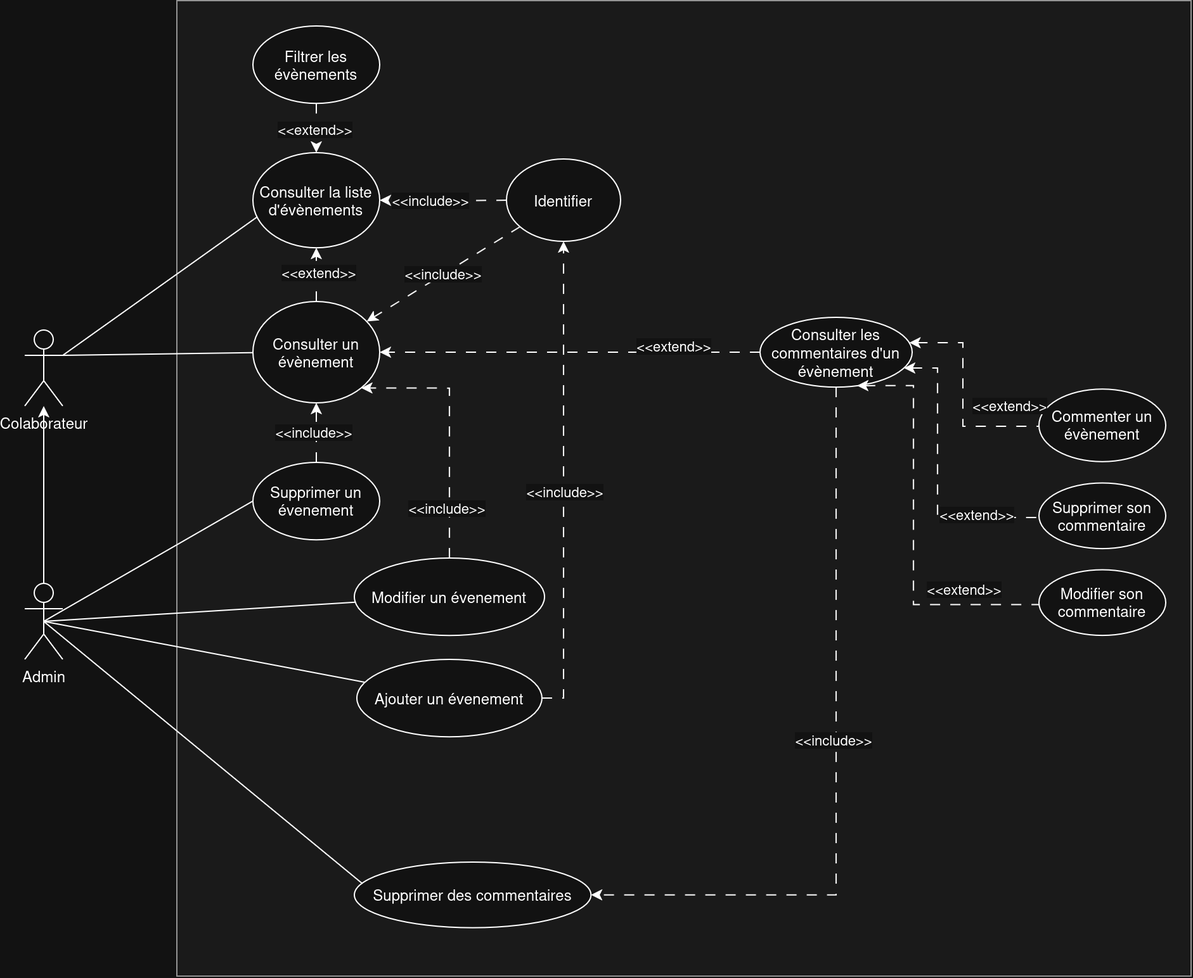
Above: docs/use-case.png in SauroMatheo/cda-p5-corpo-event-good-giants (draw.io), before the change. Source tidied: cells renumbered, new cells last; positions are measured from the earlier drawing's top-left corner, leaving out a move shared by most shapes. The source it was exported from:
```xml
<mxGraphModel>
  <root>
    <mxCell id="0" />
    <mxCell id="1" parent="0" />
    <mxCell id="2" style="group;fillColor=#f5f5f5;fontColor=#333333;strokeColor=#666666;" parent="1" vertex="1">
      <mxGeometry x="120" width="800" height="770" as="geometry" />
    </mxCell>
    <mxCell id="3" value="Colaborateur" style="shape=umlActor;verticalLabelPosition=bottom;verticalAlign=top;html=1;outlineConnect=0;" parent="1" vertex="1">
      <mxGeometry y="260" width="30" height="60" as="geometry" />
    </mxCell>
    <mxCell id="4" value="Admin" style="shape=umlActor;verticalLabelPosition=bottom;verticalAlign=top;html=1;outlineConnect=0;" parent="1" vertex="1">
      <mxGeometry y="460" width="30" height="60" as="geometry" />
    </mxCell>
    <mxCell id="5" style="endArrow=none;html=1;rounded=0;exitX=1;exitY=0.3333333333333333;exitDx=0;exitDy=0;exitPerimeter=0;startFill=0;entryX=0.044;entryY=0.666;entryDx=0;entryDy=0;entryPerimeter=0;" parent="1" edge="1" source="3" target="8">
      <mxGeometry relative="1" as="geometry" />
    </mxCell>
    <mxCell id="6" value="&lt;div&gt;&amp;lt;&amp;lt;include&amp;gt;&amp;gt;&lt;/div&gt;" style="edgeStyle=none;rounded=0;jettySize=auto;html=1;dashed=1;dashPattern=8 8;entryX=1;entryY=0.5;entryDx=0;entryDy=0;exitX=0;exitY=0.5;exitDx=0;exitDy=0;" parent="1" edge="1" source="7" target="8">
      <mxGeometry x="0.2" relative="1" as="geometry">
        <Array as="points">
          <mxPoint x="330" y="158" />
        </Array>
      </mxGeometry>
    </mxCell>
    <mxCell id="7" value="Identifier" style="ellipse;whiteSpace=wrap;html=1;" parent="1" vertex="1">
      <mxGeometry x="380" y="125" width="90" height="65" as="geometry" />
    </mxCell>
    <mxCell id="8" value="Consulter la liste d'évènements" style="ellipse;whiteSpace=wrap;html=1;" parent="1" vertex="1">
      <mxGeometry x="180" y="120" width="100" height="75.1" as="geometry" />
    </mxCell>
    <mxCell id="9" value="Commenter un évènement" style="ellipse;whiteSpace=wrap;html=1;" parent="1" vertex="1">
      <mxGeometry x="800" y="306.7" width="100" height="57.3" as="geometry" />
    </mxCell>
    <mxCell id="10" value="Ajouter un évenement" style="ellipse;whiteSpace=wrap;html=1;" parent="1" vertex="1">
      <mxGeometry x="262" y="520" width="145.9" height="61.1" as="geometry" />
    </mxCell>
    <mxCell id="11" value="Filtrer les évènements" style="ellipse;whiteSpace=wrap;html=1;" parent="1" vertex="1">
      <mxGeometry x="180" y="20" width="100" height="61.1" as="geometry" />
    </mxCell>
    <mxCell id="12" style="edgeStyle=none;jettySize=auto;html=1;rounded=0;dashed=1;dashPattern=8 8;" parent="1" edge="1" source="11" target="8">
      <mxGeometry relative="1" as="geometry" />
    </mxCell>
    <mxCell id="13" value="&lt;div&gt;&amp;lt;&amp;lt;extend&amp;gt;&amp;gt;&lt;/div&gt;" style="edgeLabel;html=1;align=center;verticalAlign=middle;" parent="12" vertex="1">
      <mxGeometry x="0.04" y="-2" relative="1" as="geometry" />
    </mxCell>
    <mxCell id="14" value="&lt;div&gt;Supprimer un évenement&lt;/div&gt;" style="ellipse;whiteSpace=wrap;html=1;" parent="1" vertex="1">
      <mxGeometry x="180" y="364.4" width="100" height="61.1" as="geometry" />
    </mxCell>
    <mxCell id="15" value="&lt;div&gt;Modifier un évenement&lt;/div&gt;" style="ellipse;whiteSpace=wrap;html=1;" parent="1" vertex="1">
      <mxGeometry x="260" y="440" width="150" height="61.1" as="geometry" />
    </mxCell>
    <mxCell id="16" value="Modifier son commentaire" style="ellipse;whiteSpace=wrap;html=1;" parent="1" vertex="1">
      <mxGeometry x="800" y="449.3" width="100" height="51.8" as="geometry" />
    </mxCell>
    <mxCell id="17" value="Consulter les commentaires d'un évènement" style="ellipse;whiteSpace=wrap;html=1;" parent="1" vertex="1">
      <mxGeometry x="580" y="250" width="120" height="55.1" as="geometry" />
    </mxCell>
    <mxCell id="18" value="Consulter un évènement" style="ellipse;whiteSpace=wrap;html=1;" parent="1" vertex="1">
      <mxGeometry x="180" y="237.5" width="100" height="80" as="geometry" />
    </mxCell>
    <mxCell id="19" value="Supprimer son commentaire" style="ellipse;whiteSpace=wrap;html=1;" parent="1" vertex="1">
      <mxGeometry x="800" y="380.8" width="100" height="51.8" as="geometry" />
    </mxCell>
    <mxCell id="20" style="endArrow=none;html=1;rounded=0;dashed=1;dashPattern=8 8;startFill=1;startArrow=classic;edgeStyle=orthogonalEdgeStyle;" parent="1" edge="1" source="17" target="9">
      <mxGeometry relative="1" as="geometry">
        <Array as="points">
          <mxPoint x="740" y="270" />
          <mxPoint x="740" y="336" />
        </Array>
      </mxGeometry>
    </mxCell>
    <mxCell id="21" value="&lt;div&gt;&amp;lt;&amp;lt;extend&amp;gt;&amp;gt;&lt;/div&gt;" style="edgeLabel;html=1;align=center;verticalAlign=middle;" parent="20" vertex="1">
      <mxGeometry x="0.06" y="3" relative="1" as="geometry">
        <mxPoint x="33" y="3" as="offset" />
      </mxGeometry>
    </mxCell>
    <mxCell id="22" style="endArrow=none;html=1;rounded=0;dashed=1;dashPattern=8 8;exitX=0.638;exitY=0.98;exitDx=0;exitDy=0;exitPerimeter=0;startArrow=classic;startFill=1;edgeStyle=orthogonalEdgeStyle;" parent="1" edge="1" source="17" target="16">
      <mxGeometry relative="1" as="geometry">
        <Array as="points">
          <mxPoint x="701" y="476.7" />
        </Array>
      </mxGeometry>
    </mxCell>
    <mxCell id="23" value="&amp;lt;&amp;lt;extend&amp;gt;&amp;gt;" style="edgeLabel;html=1;align=center;verticalAlign=middle;" parent="22" vertex="1">
      <mxGeometry x="0.06" y="3" relative="1" as="geometry">
        <mxPoint x="36" y="38" as="offset" />
      </mxGeometry>
    </mxCell>
    <mxCell id="24" style="endArrow=none;html=1;rounded=0;dashed=1;dashPattern=8 8;startArrow=classic;startFill=1;edgeStyle=orthogonalEdgeStyle;" parent="1" edge="1" source="17" target="19">
      <mxGeometry relative="1" as="geometry">
        <Array as="points">
          <mxPoint x="720" y="290" />
          <mxPoint x="720" y="408" />
        </Array>
      </mxGeometry>
    </mxCell>
    <mxCell id="25" value="&lt;div&gt;&amp;lt;&amp;lt;extend&amp;gt;&amp;gt;&lt;/div&gt;" style="edgeLabel;html=1;align=center;verticalAlign=middle;" parent="24" vertex="1">
      <mxGeometry x="0.06" y="3" relative="1" as="geometry">
        <mxPoint x="27" y="23" as="offset" />
      </mxGeometry>
    </mxCell>
    <mxCell id="26" style="endArrow=classic;html=1;rounded=0;dashed=1;dashPattern=8 8;edgeStyle=orthogonalEdgeStyle;entryX=1;entryY=1;entryDx=0;entryDy=0;" parent="1" edge="1" source="15" target="18">
      <mxGeometry relative="1" as="geometry">
        <Array as="points">
          <mxPoint x="335" y="306" />
        </Array>
      </mxGeometry>
    </mxCell>
    <mxCell id="27" value="&amp;lt;&amp;lt;include&amp;gt;&amp;gt;" style="edgeLabel;html=1;align=center;verticalAlign=middle;" parent="26" vertex="1">
      <mxGeometry x="0.06" y="3" relative="1" as="geometry">
        <mxPoint y="69" as="offset" />
      </mxGeometry>
    </mxCell>
    <mxCell id="28" style="endArrow=classic;html=1;rounded=0;dashed=1;dashPattern=8 8;" parent="1" edge="1" source="14" target="18">
      <mxGeometry relative="1" as="geometry" />
    </mxCell>
    <mxCell id="29" value="&amp;lt;&amp;lt;include&amp;gt;&amp;gt;" style="edgeLabel;html=1;align=center;verticalAlign=middle;" parent="28" vertex="1">
      <mxGeometry x="0.06" y="3" relative="1" as="geometry" />
    </mxCell>
    <mxCell id="30" style="endArrow=classic;html=1;rounded=0;exitX=0;exitY=0.5;exitDx=0;exitDy=0;dashed=1;dashPattern=8 8;" parent="1" edge="1" source="17" target="18">
      <mxGeometry relative="1" as="geometry" />
    </mxCell>
    <mxCell id="31" value="&amp;lt;&amp;lt;extend&amp;gt;&amp;gt;" style="edgeLabel;html=1;align=center;verticalAlign=middle;" parent="30" vertex="1">
      <mxGeometry x="0.06" y="3" relative="1" as="geometry">
        <mxPoint x="90" y="-8" as="offset" />
      </mxGeometry>
    </mxCell>
    <mxCell id="32" style="endArrow=classic;html=1;rounded=0;exitX=0.5;exitY=0;exitDx=0;exitDy=0;exitPerimeter=0;" parent="1" edge="1" source="4" target="3">
      <mxGeometry relative="1" as="geometry" />
    </mxCell>
    <mxCell id="33" style="endArrow=none;html=1;rounded=0;exitX=0.5;exitY=0.5;exitDx=0;exitDy=0;exitPerimeter=0;" parent="1" edge="1" source="4" target="15">
      <mxGeometry relative="1" as="geometry" />
    </mxCell>
    <mxCell id="34" style="endArrow=none;html=1;rounded=0;exitX=0.5;exitY=0.5;exitDx=0;exitDy=0;exitPerimeter=0;entryX=0;entryY=0.5;entryDx=0;entryDy=0;" parent="1" edge="1" source="4" target="14">
      <mxGeometry relative="1" as="geometry" />
    </mxCell>
    <mxCell id="35" style="endArrow=none;html=1;rounded=0;exitX=0.5;exitY=0.5;exitDx=0;exitDy=0;exitPerimeter=0;" parent="1" edge="1" source="4" target="10">
      <mxGeometry relative="1" as="geometry" />
    </mxCell>
    <mxCell id="36" style="endArrow=classic;html=1;rounded=0;exitX=1;exitY=0.5;exitDx=0;exitDy=0;dashed=1;dashPattern=8 8;edgeStyle=orthogonalEdgeStyle;" parent="1" edge="1" source="10" target="7">
      <mxGeometry relative="1" as="geometry" />
    </mxCell>
    <mxCell id="37" value="&amp;lt;&amp;lt;include&amp;gt;&amp;gt;" style="edgeLabel;html=1;align=center;verticalAlign=middle;" parent="36" vertex="1">
      <mxGeometry x="-0.05" relative="1" as="geometry" />
    </mxCell>
    <mxCell id="38" style="endArrow=classic;html=1;rounded=0;dashed=1;dashPattern=8 8;" parent="1" edge="1" source="18" target="8">
      <mxGeometry relative="1" as="geometry" />
    </mxCell>
    <mxCell id="39" value="&amp;lt;&amp;lt;extend&amp;gt;&amp;gt;" style="edgeLabel;html=1;align=center;verticalAlign=middle;" parent="38" vertex="1">
      <mxGeometry x="0.06" y="-1" relative="1" as="geometry" />
    </mxCell>
    <mxCell id="40" value="Supprimer des commentaires" style="ellipse;whiteSpace=wrap;html=1;" parent="1" vertex="1">
      <mxGeometry x="260" y="680" width="186.7" height="51.8" as="geometry" />
    </mxCell>
    <mxCell id="41" style="endArrow=none;html=1;rounded=0;exitX=0.5;exitY=0.5;exitDx=0;exitDy=0;exitPerimeter=0;entryX=0.034;entryY=0.328;entryDx=0;entryDy=0;entryPerimeter=0;" parent="1" edge="1" source="4" target="40">
      <mxGeometry relative="1" as="geometry" />
    </mxCell>
    <mxCell id="42" style="endArrow=classic;html=1;rounded=0;dashed=1;dashPattern=8 8;entryX=1;entryY=0.5;entryDx=0;entryDy=0;edgeStyle=orthogonalEdgeStyle;" parent="1" edge="1" source="17" target="40">
      <mxGeometry relative="1" as="geometry">
        <Array as="points">
          <mxPoint x="640" y="706" />
        </Array>
      </mxGeometry>
    </mxCell>
    <mxCell id="43" value="&amp;lt;&amp;lt;include&amp;gt;&amp;gt;" style="edgeLabel;html=1;align=center;verticalAlign=middle;" parent="42" vertex="1">
      <mxGeometry x="-0.06" y="-2" relative="1" as="geometry">
        <mxPoint x="-1" as="offset" />
      </mxGeometry>
    </mxCell>
    <mxCell id="44" value="&lt;div&gt;&amp;lt;&amp;lt;include&amp;gt;&amp;gt;&lt;/div&gt;" style="edgeStyle=none;rounded=0;jettySize=auto;html=1;dashed=1;dashPattern=8 8;" parent="1" edge="1" source="7" target="18">
      <mxGeometry relative="1" as="geometry" />
    </mxCell>
    <mxCell id="45" style="endArrow=none;html=1;rounded=0;exitX=1;exitY=0.3333333333333333;exitDx=0;exitDy=0;exitPerimeter=0;" parent="1" edge="1" source="3" target="18">
      <mxGeometry relative="1" as="geometry" />
    </mxCell>
  </root>
</mxGraphModel>
```
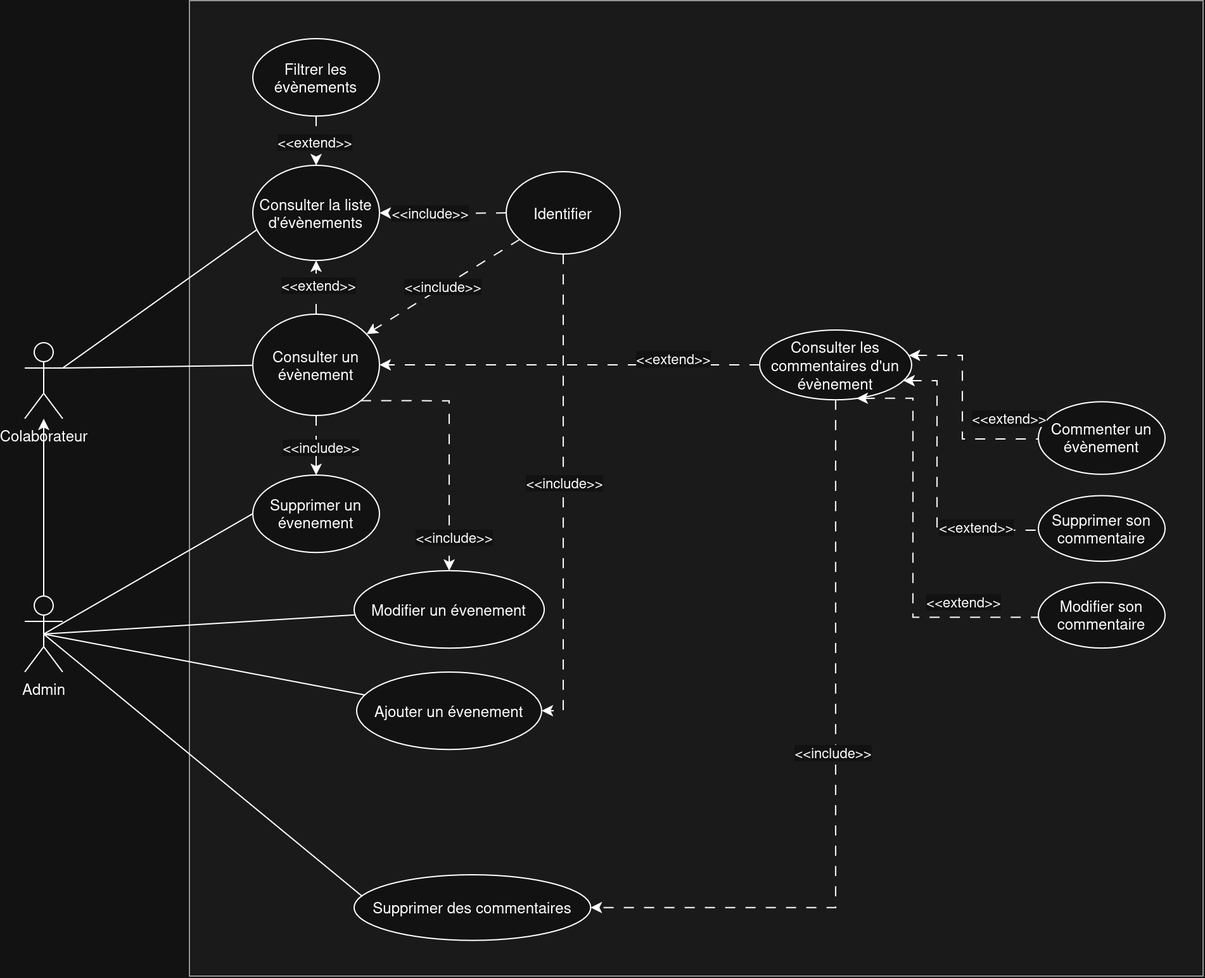
Above is the later version.

Commit message:
docs(use-case): fix the arrows

Change to the diagram source:
```diff
@@ -3,7 +3,7 @@
     <mxCell id="0" />
     <mxCell id="1" parent="0" />
     <mxCell id="2" style="group;fillColor=#f5f5f5;fontColor=#333333;strokeColor=#666666;" parent="1" vertex="1">
-      <mxGeometry x="120" width="800" height="770" as="geometry" />
+      <mxGeometry x="130" y="-10" width="800" height="770" as="geometry" />
     </mxCell>
     <mxCell id="3" value="Colaborateur" style="shape=umlActor;verticalLabelPosition=bottom;verticalAlign=top;html=1;outlineConnect=0;" parent="1" vertex="1">
       <mxGeometry y="260" width="30" height="60" as="geometry" />
@@ -98,7 +98,7 @@
         <mxPoint x="27" y="23" as="offset" />
       </mxGeometry>
     </mxCell>
-    <mxCell id="26" style="endArrow=classic;html=1;rounded=0;dashed=1;dashPattern=8 8;edgeStyle=orthogonalEdgeStyle;entryX=1;entryY=1;entryDx=0;entryDy=0;" parent="1" edge="1" source="15" target="18">
+    <mxCell id="26" style="endArrow=classic;html=1;rounded=0;dashed=1;dashPattern=8 8;edgeStyle=orthogonalEdgeStyle;entryX=0.5;entryY=0;entryDx=0;entryDy=0;exitX=1;exitY=1;exitDx=0;exitDy=0;" parent="1" edge="1" source="18" target="15">
       <mxGeometry relative="1" as="geometry">
         <Array as="points">
           <mxPoint x="335" y="306" />
@@ -110,7 +110,7 @@
         <mxPoint y="69" as="offset" />
       </mxGeometry>
     </mxCell>
-    <mxCell id="28" style="endArrow=classic;html=1;rounded=0;dashed=1;dashPattern=8 8;" parent="1" edge="1" source="14" target="18">
+    <mxCell id="28" style="endArrow=classic;html=1;rounded=0;dashed=1;dashPattern=8 8;exitX=0.5;exitY=1;exitDx=0;exitDy=0;entryX=0.5;entryY=0;entryDx=0;entryDy=0;" parent="1" edge="1" source="18" target="14">
       <mxGeometry relative="1" as="geometry" />
     </mxCell>
     <mxCell id="29" value="&amp;lt;&amp;lt;include&amp;gt;&amp;gt;" style="edgeLabel;html=1;align=center;verticalAlign=middle;" parent="28" vertex="1">
@@ -136,7 +136,7 @@
     <mxCell id="35" style="endArrow=none;html=1;rounded=0;exitX=0.5;exitY=0.5;exitDx=0;exitDy=0;exitPerimeter=0;" parent="1" edge="1" source="4" target="10">
       <mxGeometry relative="1" as="geometry" />
     </mxCell>
-    <mxCell id="36" style="endArrow=classic;html=1;rounded=0;exitX=1;exitY=0.5;exitDx=0;exitDy=0;dashed=1;dashPattern=8 8;edgeStyle=orthogonalEdgeStyle;" parent="1" edge="1" source="10" target="7">
+    <mxCell id="36" style="endArrow=classic;html=1;rounded=0;exitX=0.5;exitY=1;exitDx=0;exitDy=0;dashed=1;dashPattern=8 8;edgeStyle=orthogonalEdgeStyle;entryX=1;entryY=0.5;entryDx=0;entryDy=0;" parent="1" edge="1" source="7" target="10">
       <mxGeometry relative="1" as="geometry" />
     </mxCell>
     <mxCell id="37" value="&amp;lt;&amp;lt;include&amp;gt;&amp;gt;" style="edgeLabel;html=1;align=center;verticalAlign=middle;" parent="36" vertex="1">
```
